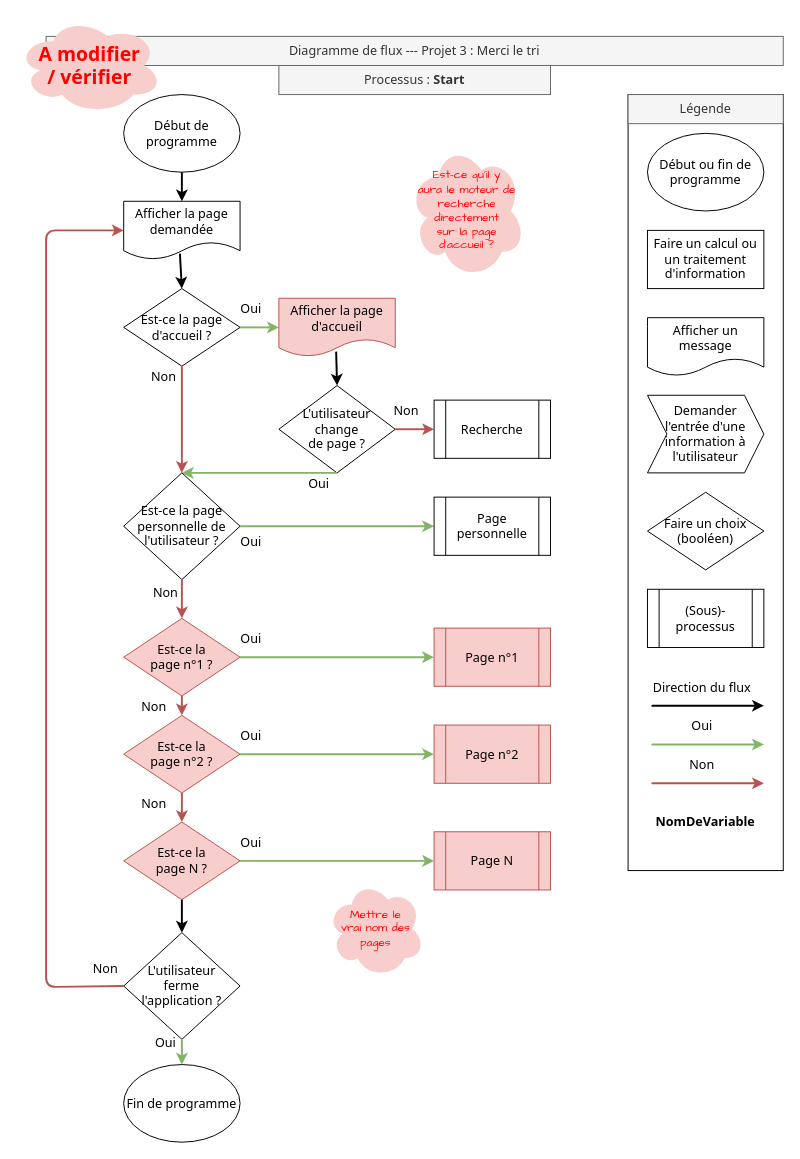
Before: page "Start" (1 of 5) of Diagramme de flux - P3 (1).drawio in Aurelia61/Project_3, a draw.io diagram. Source tidied: cells renumbered, new cells numbered last; positions are measured from the earlier drawing's top-left corner, leaving out a move shared by most shapes. Both pictures are drawn from the tidied source at 97%, with x=0, y=0 at pixel (16, 16).
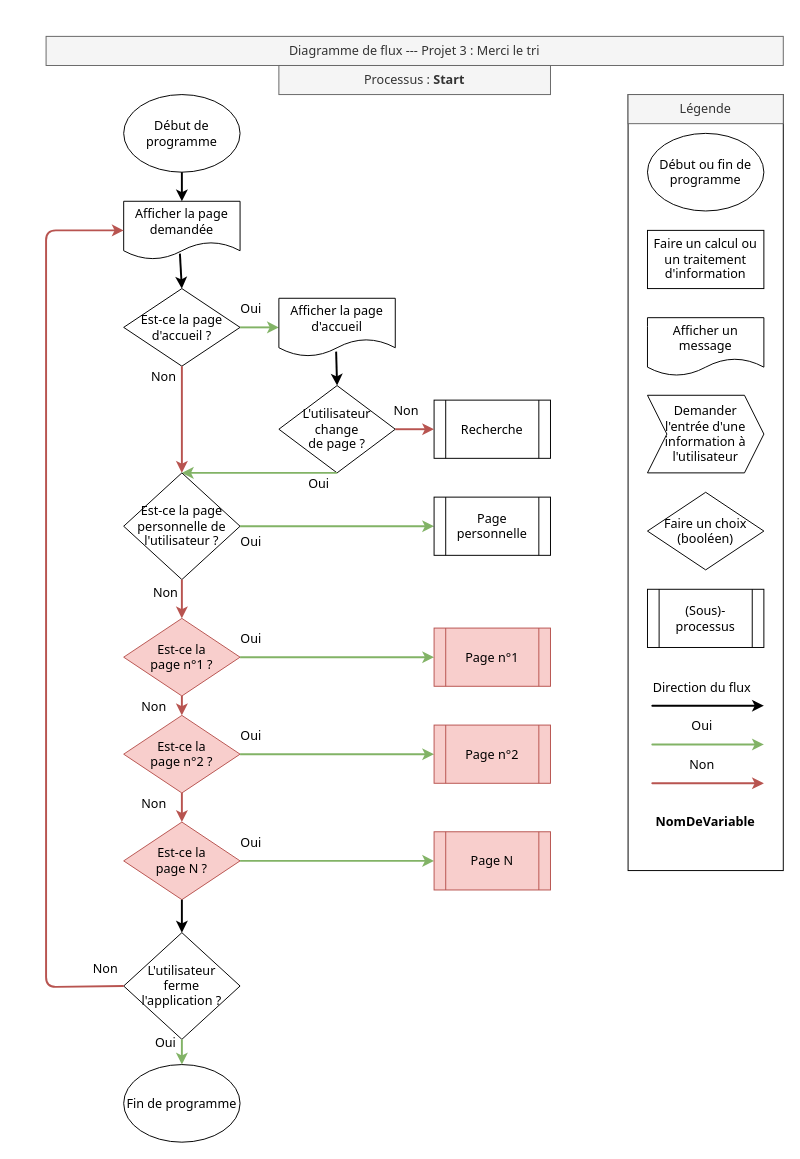
The same page after the edit.

Diff of the diagram source:
```diff
@@
-    <mxCell id="26" value="Afficher la page d'accueil" style="shape=document;whiteSpace=wrap;html=1;boundedLbl=1;fontSize=13;fontFamily=Tahoma;fillColor=#f8cecc;strokeColor=#b85450;" parent="1" vertex="1">
+    <mxCell id="26" value="Afficher la page d'accueil" style="shape=document;whiteSpace=wrap;html=1;boundedLbl=1;fontSize=13;fontFamily=Tahoma;" parent="1" vertex="1">
       <mxGeometry x="270" y="290" width="120" height="60" as="geometry" />
     </mxCell>
@@
-    <mxCell id="45" value="&lt;div style=&quot;font-size: 20px&quot;&gt;&lt;font style=&quot;font-size: 20px&quot;&gt;&lt;b&gt;A modifier &lt;br&gt;&lt;/b&gt;&lt;/font&gt;&lt;/div&gt;&lt;div style=&quot;font-size: 20px&quot;&gt;&lt;font style=&quot;font-size: 20px&quot;&gt;&lt;b&gt;/ vérifier&lt;/b&gt;&lt;/font&gt;&lt;/div&gt;" style="ellipse;shape=cloud;whiteSpace=wrap;html=1;fontFamily=Tahoma;fontSize=13;fillColor=#f8cecc;strokeColor=none;fontColor=#FF0000;" parent="1" vertex="1">
-      <mxGeometry width="150" height="100" as="geometry" />
-    </mxCell>
@@
-    <mxCell id="51" value="&lt;div style=&quot;font-size: 12px;&quot;&gt;Mettre le&lt;/div&gt;&lt;div style=&quot;font-size: 12px;&quot;&gt; vrai nom des pages&lt;/div&gt;" style="ellipse;shape=cloud;whiteSpace=wrap;html=1;fontFamily=Comic Sans MS;fontSize=12;fillColor=#f8cecc;strokeColor=none;fontColor=#FF0000;" parent="1" vertex="1">
-      <mxGeometry x="320" y="890" width="100" height="100" as="geometry" />
-    </mxCell>
-    <mxCell id="52" value="&lt;div&gt;Est-ce qu'il y &lt;br&gt;&lt;/div&gt;&lt;div&gt;aura le moteur de recherche directement &lt;br&gt;&lt;/div&gt;&lt;div&gt;sur la page &lt;br&gt;&lt;/div&gt;&lt;div&gt;d'accueil ?&lt;/div&gt;" style="ellipse;shape=cloud;whiteSpace=wrap;html=1;fontFamily=Comic Sans MS;fontSize=12;fillColor=#f8cecc;strokeColor=none;fontColor=#FF0000;" parent="1" vertex="1">
-      <mxGeometry x="404" y="130" width="120" height="140" as="geometry" />
-    </mxCell>
```
